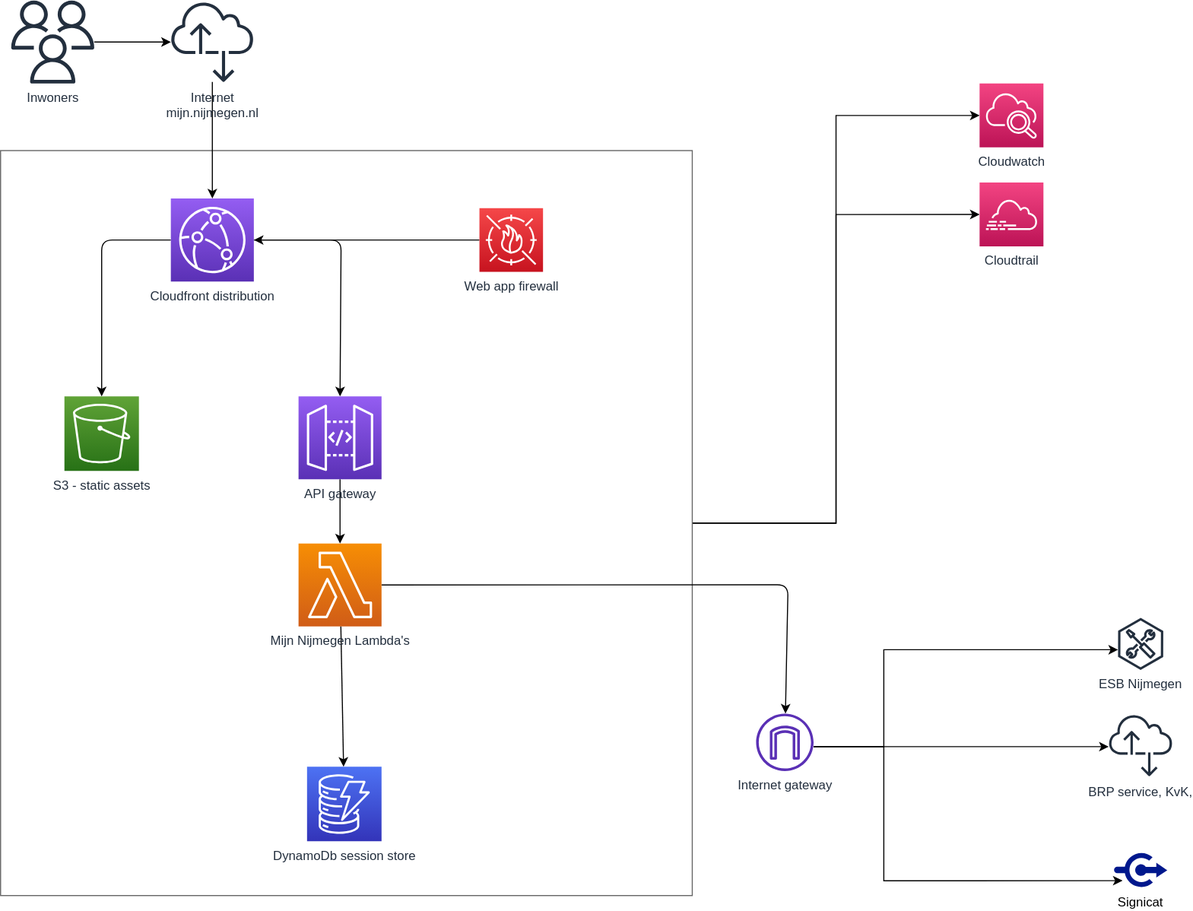
This is docs/assets/mijnnijmegen.drawio.svg from GemeenteNijmegen/mijn-nijmegen, a draw.io export, as it was before one commit. Source tidied: cells renumbered, new cells last; positions are measured from the earlier drawing's top-left corner, leaving out a move shared by most shapes. The source it was exported from:
```xml
<mxGraphModel>
  <root>
    <mxCell id="0" />
    <mxCell id="1" parent="0" />
    <mxCell id="2" style="edgeStyle=orthogonalEdgeStyle;rounded=0;jettySize=auto;html=1;entryX=0;entryY=0.5;entryDx=0;entryDy=0;entryPerimeter=0;fontFamily=Helvetica;fontSize=12;fontColor=#333333;startArrow=none;startFill=0;endArrow=classic;endFill=1;" parent="1" edge="1" source="4" target="12">
      <mxGeometry relative="1" as="geometry" />
    </mxCell>
    <mxCell id="3" style="edgeStyle=orthogonalEdgeStyle;rounded=0;jettySize=auto;html=1;exitX=1;exitY=0.5;exitDx=0;exitDy=0;entryX=0;entryY=0.5;entryDx=0;entryDy=0;entryPerimeter=0;fontFamily=Helvetica;fontSize=12;fontColor=#333333;startArrow=none;startFill=0;endArrow=classic;endFill=1;" parent="1" edge="1" source="4" target="13">
      <mxGeometry relative="1" as="geometry" />
    </mxCell>
    <mxCell id="4" style="rounded=0;whiteSpace=wrap;html=1;fontFamily=Helvetica;fontSize=12;fontColor=#333333;strokeColor=#666666;fillColor=#FFFFFF;gradientColor=none;" parent="1" vertex="1">
      <mxGeometry y="141" width="650" height="700" as="geometry" />
    </mxCell>
    <mxCell id="5" value="BRP service, KvK," style="outlineConnect=0;fontColor=#232F3E;gradientColor=none;fillColor=#232F3E;strokeColor=none;dashed=0;verticalLabelPosition=bottom;verticalAlign=top;align=center;html=1;fontSize=12;fontStyle=0;shape=mxgraph.aws4.internet_alt2;" parent="1" vertex="1">
      <mxGeometry x="1041.4" y="670" width="60" height="60" as="geometry" />
    </mxCell>
    <mxCell id="6" style="edgeStyle=orthogonalEdgeStyle;rounded=0;jettySize=auto;html=1;" parent="1" edge="1" source="9" target="10">
      <mxGeometry relative="1" as="geometry">
        <Array as="points">
          <mxPoint x="830" y="701" />
          <mxPoint x="830" y="610" />
        </Array>
      </mxGeometry>
    </mxCell>
    <mxCell id="7" style="edgeStyle=orthogonalEdgeStyle;rounded=0;jettySize=auto;html=1;" parent="1" edge="1" source="9" target="5">
      <mxGeometry relative="1" as="geometry">
        <Array as="points">
          <mxPoint x="820" y="701" />
          <mxPoint x="820" y="701" />
        </Array>
      </mxGeometry>
    </mxCell>
    <mxCell id="8" style="edgeStyle=orthogonalEdgeStyle;rounded=0;jettySize=auto;html=1;entryX=0.16;entryY=0.794;entryDx=0;entryDy=0;entryPerimeter=0;" parent="1" edge="1" source="9" target="11">
      <mxGeometry relative="1" as="geometry">
        <Array as="points">
          <mxPoint x="830" y="701" />
          <mxPoint x="830" y="827" />
        </Array>
      </mxGeometry>
    </mxCell>
    <mxCell id="9" value="Internet gateway" style="outlineConnect=0;fontColor=#232F3E;gradientColor=none;fillColor=#5A30B5;strokeColor=none;dashed=0;verticalLabelPosition=bottom;verticalAlign=top;align=center;html=1;fontSize=12;fontStyle=0;shape=mxgraph.aws4.internet_gateway;" parent="1" vertex="1">
      <mxGeometry x="710" y="670" width="54" height="54" as="geometry" />
    </mxCell>
    <mxCell id="10" value="ESB Nijmegen" style="outlineConnect=0;fontColor=#232F3E;gradientColor=none;fillColor=#232F3E;strokeColor=none;dashed=0;verticalLabelPosition=bottom;verticalAlign=top;align=center;html=1;fontSize=12;fontStyle=0;shape=mxgraph.aws4.external_toolkit;" parent="1" vertex="1">
      <mxGeometry x="1050" y="580" width="42.7" height="49" as="geometry" />
    </mxCell>
    <mxCell id="11" value="Signicat" style="shadow=0;dashed=0;html=1;strokeColor=none;labelPosition=center;verticalLabelPosition=bottom;verticalAlign=top;align=center;fillColor=#00188D;shape=mxgraph.mscae.enterprise.connectors;" parent="1" vertex="1">
      <mxGeometry x="1046.4" y="800" width="50" height="34" as="geometry" />
    </mxCell>
    <mxCell id="12" value="Cloudwatch" style="points=[[0,0,0],[0.25,0,0],[0.5,0,0],[0.75,0,0],[1,0,0],[0,1,0],[0.25,1,0],[0.5,1,0],[0.75,1,0],[1,1,0],[0,0.25,0],[0,0.5,0],[0,0.75,0],[1,0.25,0],[1,0.5,0],[1,0.75,0]];points=[[0,0,0],[0.25,0,0],[0.5,0,0],[0.75,0,0],[1,0,0],[0,1,0],[0.25,1,0],[0.5,1,0],[0.75,1,0],[1,1,0],[0,0.25,0],[0,0.5,0],[0,0.75,0],[1,0.25,0],[1,0.5,0],[1,0.75,0]];outlineConnect=0;fontColor=#232F3E;gradientColor=#F34482;gradientDirection=north;fillColor=#BC1356;strokeColor=#ffffff;dashed=0;verticalLabelPosition=bottom;verticalAlign=top;align=center;html=1;fontSize=12;fontStyle=0;shape=mxgraph.aws4.resourceIcon;resIcon=mxgraph.aws4.cloudwatch_2;" parent="1" vertex="1">
      <mxGeometry x="920" y="78" width="60" height="60" as="geometry" />
    </mxCell>
    <mxCell id="13" value="Cloudtrail" style="points=[[0,0,0],[0.25,0,0],[0.5,0,0],[0.75,0,0],[1,0,0],[0,1,0],[0.25,1,0],[0.5,1,0],[0.75,1,0],[1,1,0],[0,0.25,0],[0,0.5,0],[0,0.75,0],[1,0.25,0],[1,0.5,0],[1,0.75,0]];points=[[0,0,0],[0.25,0,0],[0.5,0,0],[0.75,0,0],[1,0,0],[0,1,0],[0.25,1,0],[0.5,1,0],[0.75,1,0],[1,1,0],[0,0.25,0],[0,0.5,0],[0,0.75,0],[1,0.25,0],[1,0.5,0],[1,0.75,0]];outlineConnect=0;fontColor=#232F3E;gradientColor=#F34482;gradientDirection=north;fillColor=#BC1356;strokeColor=#ffffff;dashed=0;verticalLabelPosition=bottom;verticalAlign=top;align=center;html=1;fontSize=12;fontStyle=0;shape=mxgraph.aws4.resourceIcon;resIcon=mxgraph.aws4.cloudtrail;" parent="1" vertex="1">
      <mxGeometry x="920" y="171" width="60" height="60" as="geometry" />
    </mxCell>
    <mxCell id="14" style="edgeStyle=none;html=1;" parent="1" edge="1" source="16" target="26">
      <mxGeometry relative="1" as="geometry">
        <Array as="points">
          <mxPoint x="95" y="225" />
        </Array>
      </mxGeometry>
    </mxCell>
    <mxCell id="15" style="edgeStyle=none;html=1;entryX=0.5;entryY=0;entryDx=0;entryDy=0;entryPerimeter=0;" parent="1" edge="1" source="16" target="29">
      <mxGeometry relative="1" as="geometry">
        <Array as="points">
          <mxPoint x="320" y="225" />
        </Array>
      </mxGeometry>
    </mxCell>
    <mxCell id="16" value="Cloudfront distribution" style="points=[[0,0,0],[0.25,0,0],[0.5,0,0],[0.75,0,0],[1,0,0],[0,1,0],[0.25,1,0],[0.5,1,0],[0.75,1,0],[1,1,0],[0,0.25,0],[0,0.5,0],[0,0.75,0],[1,0.25,0],[1,0.5,0],[1,0.75,0]];outlineConnect=0;fontColor=#232F3E;gradientColor=#945DF2;gradientDirection=north;fillColor=#5A30B5;strokeColor=#ffffff;dashed=0;verticalLabelPosition=bottom;verticalAlign=top;align=center;html=1;fontSize=12;fontStyle=0;shape=mxgraph.aws4.resourceIcon;resIcon=mxgraph.aws4.cloudfront;" parent="1" vertex="1">
      <mxGeometry x="160" y="186" width="78" height="78" as="geometry" />
    </mxCell>
    <mxCell id="17" style="edgeStyle=none;html=1;" parent="1" edge="1" source="18" target="16">
      <mxGeometry relative="1" as="geometry" />
    </mxCell>
    <mxCell id="18" value="Internet&lt;br&gt;mijn.nijmegen.nl" style="outlineConnect=0;fontColor=#232F3E;gradientColor=none;fillColor=#232F3E;strokeColor=none;dashed=0;verticalLabelPosition=bottom;verticalAlign=top;align=center;html=1;fontSize=12;fontStyle=0;shape=mxgraph.aws4.internet_alt2;" parent="1" vertex="1">
      <mxGeometry x="160" width="78" height="78" as="geometry" />
    </mxCell>
    <mxCell id="19" style="edgeStyle=none;html=1;" parent="1" edge="1" source="20" target="18">
      <mxGeometry relative="1" as="geometry" />
    </mxCell>
    <mxCell id="20" value="Inwoners" style="outlineConnect=0;fontColor=#232F3E;gradientColor=none;fillColor=#232F3E;strokeColor=none;dashed=0;verticalLabelPosition=bottom;verticalAlign=top;align=center;html=1;fontSize=12;fontStyle=0;shape=mxgraph.aws4.users;" parent="1" vertex="1">
      <mxGeometry x="10" width="78" height="78" as="geometry" />
    </mxCell>
    <mxCell id="21" style="edgeStyle=none;html=1;" parent="1" edge="1" source="23" target="9">
      <mxGeometry relative="1" as="geometry">
        <Array as="points">
          <mxPoint x="740" y="549" />
        </Array>
      </mxGeometry>
    </mxCell>
    <mxCell id="22" style="edgeStyle=none;html=1;" parent="1" edge="1" source="23" target="27">
      <mxGeometry relative="1" as="geometry" />
    </mxCell>
    <mxCell id="23" value="Mijn Nijmegen Lambda's" style="sketch=0;points=[[0,0,0],[0.25,0,0],[0.5,0,0],[0.75,0,0],[1,0,0],[0,1,0],[0.25,1,0],[0.5,1,0],[0.75,1,0],[1,1,0],[0,0.25,0],[0,0.5,0],[0,0.75,0],[1,0.25,0],[1,0.5,0],[1,0.75,0]];outlineConnect=0;fontColor=#232F3E;gradientColor=#F78E04;gradientDirection=north;fillColor=#D05C17;strokeColor=#ffffff;dashed=0;verticalLabelPosition=bottom;verticalAlign=top;align=center;html=1;fontSize=12;fontStyle=0;shape=mxgraph.aws4.resourceIcon;resIcon=mxgraph.aws4.lambda;" parent="1" vertex="1">
      <mxGeometry x="280" y="510.1" width="78" height="78" as="geometry" />
    </mxCell>
    <mxCell id="24" style="edgeStyle=none;html=1;" parent="1" edge="1" source="25" target="16">
      <mxGeometry relative="1" as="geometry" />
    </mxCell>
    <mxCell id="25" value="Web app firewall" style="points=[[0,0,0],[0.25,0,0],[0.5,0,0],[0.75,0,0],[1,0,0],[0,1,0],[0.25,1,0],[0.5,1,0],[0.75,1,0],[1,1,0],[0,0.25,0],[0,0.5,0],[0,0.75,0],[1,0.25,0],[1,0.5,0],[1,0.75,0]];outlineConnect=0;fontColor=#232F3E;gradientColor=#F54749;gradientDirection=north;fillColor=#C7131F;strokeColor=#ffffff;dashed=0;verticalLabelPosition=bottom;verticalAlign=top;align=center;html=1;fontSize=12;fontStyle=0;shape=mxgraph.aws4.resourceIcon;resIcon=mxgraph.aws4.waf;" parent="1" vertex="1">
      <mxGeometry x="450" y="195.1" width="59.8" height="59.8" as="geometry" />
    </mxCell>
    <mxCell id="26" value="S3 - static assets" style="points=[[0,0,0],[0.25,0,0],[0.5,0,0],[0.75,0,0],[1,0,0],[0,1,0],[0.25,1,0],[0.5,1,0],[0.75,1,0],[1,1,0],[0,0.25,0],[0,0.5,0],[0,0.75,0],[1,0.25,0],[1,0.5,0],[1,0.75,0]];outlineConnect=0;fontColor=#232F3E;gradientColor=#60A337;gradientDirection=north;fillColor=#277116;strokeColor=#ffffff;dashed=0;verticalLabelPosition=bottom;verticalAlign=top;align=center;html=1;fontSize=12;fontStyle=0;shape=mxgraph.aws4.resourceIcon;resIcon=mxgraph.aws4.s3;" parent="1" vertex="1">
      <mxGeometry x="60" y="371.9" width="70" height="70" as="geometry" />
    </mxCell>
    <mxCell id="27" value="DynamoDb session store" style="points=[[0,0,0],[0.25,0,0],[0.5,0,0],[0.75,0,0],[1,0,0],[0,1,0],[0.25,1,0],[0.5,1,0],[0.75,1,0],[1,1,0],[0,0.25,0],[0,0.5,0],[0,0.75,0],[1,0.25,0],[1,0.5,0],[1,0.75,0]];outlineConnect=0;fontColor=#232F3E;gradientColor=#4D72F3;gradientDirection=north;fillColor=#3334B9;strokeColor=#ffffff;dashed=0;verticalLabelPosition=bottom;verticalAlign=top;align=center;html=1;fontSize=12;fontStyle=0;shape=mxgraph.aws4.resourceIcon;resIcon=mxgraph.aws4.dynamodb;" parent="1" vertex="1">
      <mxGeometry x="288" y="720" width="70" height="70" as="geometry" />
    </mxCell>
    <mxCell id="28" style="edgeStyle=none;html=1;" parent="1" edge="1" source="29" target="23">
      <mxGeometry relative="1" as="geometry" />
    </mxCell>
    <mxCell id="29" value="API gateway" style="sketch=0;points=[[0,0,0],[0.25,0,0],[0.5,0,0],[0.75,0,0],[1,0,0],[0,1,0],[0.25,1,0],[0.5,1,0],[0.75,1,0],[1,1,0],[0,0.25,0],[0,0.5,0],[0,0.75,0],[1,0.25,0],[1,0.5,0],[1,0.75,0]];outlineConnect=0;fontColor=#232F3E;gradientColor=#945DF2;gradientDirection=north;fillColor=#5A30B5;strokeColor=#ffffff;dashed=0;verticalLabelPosition=bottom;verticalAlign=top;align=center;html=1;fontSize=12;fontStyle=0;shape=mxgraph.aws4.resourceIcon;resIcon=mxgraph.aws4.api_gateway;" parent="1" vertex="1">
      <mxGeometry x="280" y="371.9" width="78" height="78" as="geometry" />
    </mxCell>
  </root>
</mxGraphModel>
```
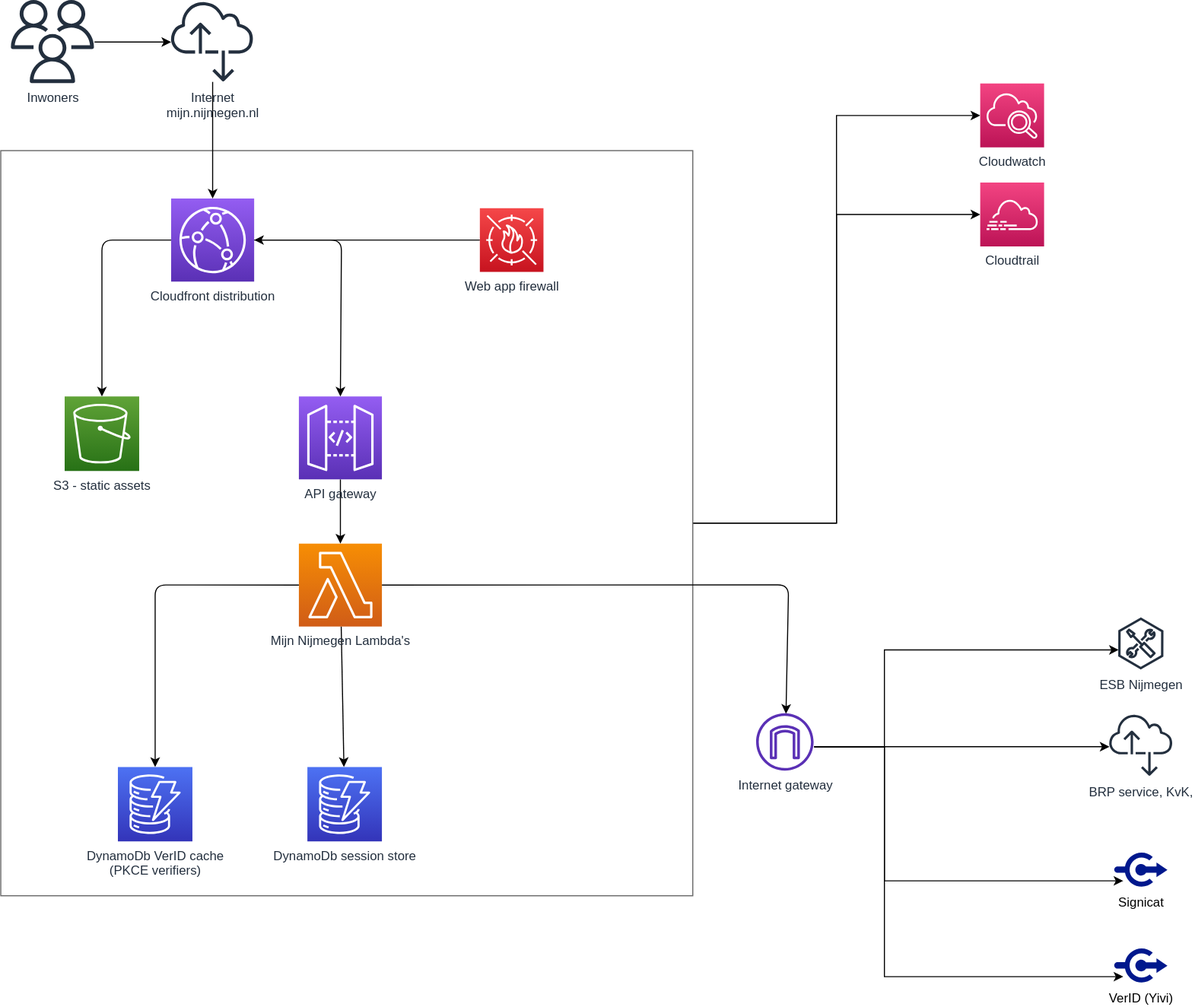
The same file after the commit.

Commit message:
feat: adds new resources to assets drawio

What changed in the source:
```diff
@@ -113,5 +113,26 @@
     <mxCell id="29" value="API gateway" style="sketch=0;points=[[0,0,0],[0.25,0,0],[0.5,0,0],[0.75,0,0],[1,0,0],[0,1,0],[0.25,1,0],[0.5,1,0],[0.75,1,0],[1,1,0],[0,0.25,0],[0,0.5,0],[0,0.75,0],[1,0.25,0],[1,0.5,0],[1,0.75,0]];outlineConnect=0;fontColor=#232F3E;gradientColor=#945DF2;gradientDirection=north;fillColor=#5A30B5;strokeColor=#ffffff;dashed=0;verticalLabelPosition=bottom;verticalAlign=top;align=center;html=1;fontSize=12;fontStyle=0;shape=mxgraph.aws4.resourceIcon;resIcon=mxgraph.aws4.api_gateway;" parent="1" vertex="1">
       <mxGeometry x="280" y="371.9" width="78" height="78" as="geometry" />
     </mxCell>
+    <mxCell id="30" value="DynamoDb VerID cache&lt;br&gt;(PKCE verifiers)" style="points=[[0,0,0],[0.25,0,0],[0.5,0,0],[0.75,0,0],[1,0,0],[0,1,0],[0.25,1,0],[0.5,1,0],[0.75,1,0],[1,1,0],[0,0.25,0],[0,0.5,0],[0,0.75,0],[1,0.25,0],[1,0.5,0],[1,0.75,0]];outlineConnect=0;fontColor=#232F3E;gradientColor=#4D72F3;gradientDirection=north;fillColor=#3334B9;strokeColor=#ffffff;dashed=0;verticalLabelPosition=bottom;verticalAlign=top;align=center;html=1;fontSize=12;fontStyle=0;shape=mxgraph.aws4.resourceIcon;resIcon=mxgraph.aws4.dynamodb;" parent="1" vertex="1">
+      <mxGeometry x="110" y="720" width="70" height="70" as="geometry" />
+    </mxCell>
+    <mxCell id="31" value="VerID (Yivi)" style="shadow=0;dashed=0;html=1;strokeColor=none;labelPosition=center;verticalLabelPosition=bottom;verticalAlign=top;align=center;fillColor=#00188D;shape=mxgraph.mscae.enterprise.connectors;" parent="1" vertex="1">
+      <mxGeometry x="1046.4" y="890" width="50" height="34" as="geometry" />
+    </mxCell>
+    <mxCell id="32" style="edgeStyle=none;html=1;exitX=0;exitY=0.5;exitDx=0;exitDy=0;exitPerimeter=0;" parent="1" edge="1" source="23" target="30">
+      <mxGeometry relative="1" as="geometry">
+        <Array as="points">
+          <mxPoint x="145" y="549" />
+        </Array>
+      </mxGeometry>
+    </mxCell>
+    <mxCell id="33" style="edgeStyle=orthogonalEdgeStyle;rounded=0;jettySize=auto;html=1;entryX=0.16;entryY=0.794;entryDx=0;entryDy=0;entryPerimeter=0;" parent="1" edge="1" source="9" target="31">
+      <mxGeometry relative="1" as="geometry">
+        <Array as="points">
+          <mxPoint x="830" y="701" />
+          <mxPoint x="830" y="917" />
+        </Array>
+      </mxGeometry>
+    </mxCell>
   </root>
 </mxGraphModel>
```
